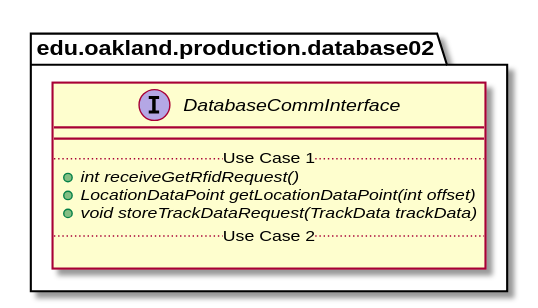
Earlier version of the PlantUML export docs/uml-class-diagrams/database/production/DatabaseCommInterface/DatabaseCommInterface_DirectDependencies.svg (andrewdimmer/csi-3370-software-project).
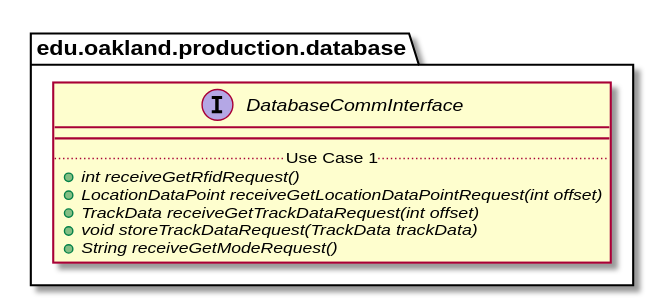
The same diagram one commit later.

The edit, as a diff of the source:
```diff
@@ -1,15 +1,15 @@
 @startuml DatabaseCommInterface_DirectDependencies
 
 
-package edu.oakland.production.database02 {
+package edu.oakland.production.database {
     interface DatabaseCommInterface {
         __
         .. Use Case 1 ..
         {abstract} + int receiveGetRfidRequest()
-        {abstract} + LocationDataPoint getLocationDataPoint(int offset)
+        {abstract} + LocationDataPoint receiveGetLocationDataPointRequest(int offset)
+        {abstract} + TrackData receiveGetTrackDataRequest(int offset)
         {abstract} + void storeTrackDataRequest(TrackData trackData)
-        .. Use Case 2 ..
-
+        {abstract} + String receiveGetModeRequest()
     }
 }
 
```
